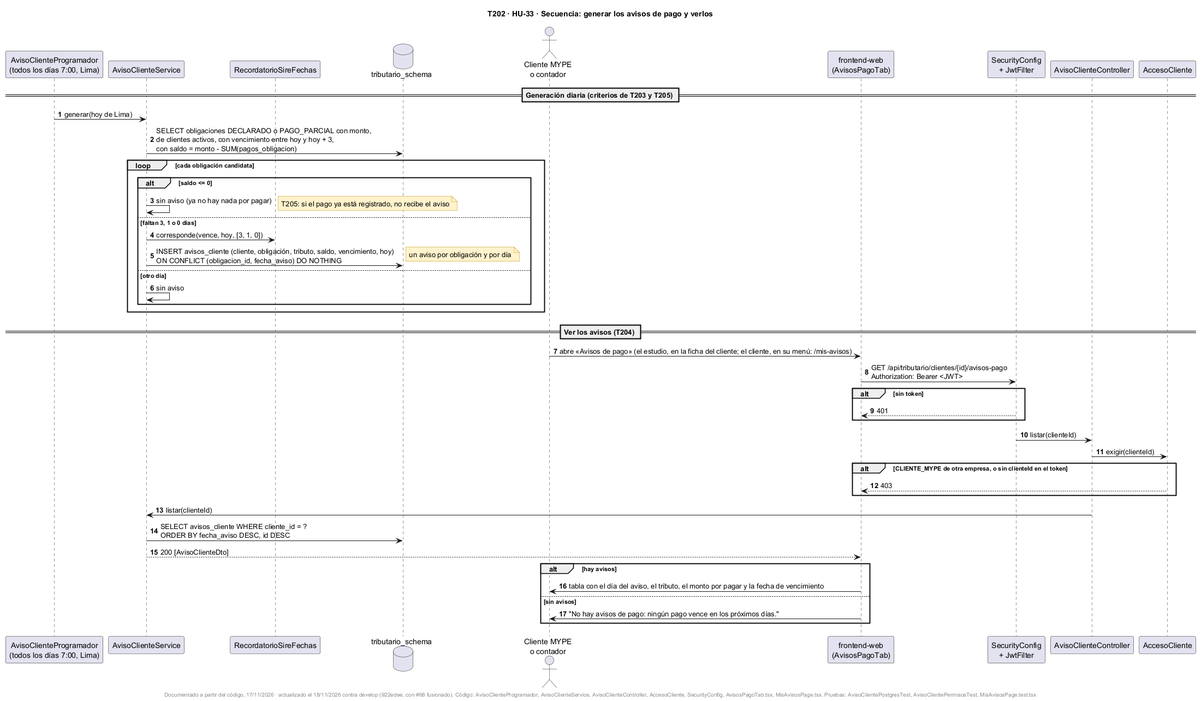
Above: docs/uml/img/T202-HU33-secuencia-avisos-pago.png in fabianrodriguez33/plus-contable (PlantUML), before the change.
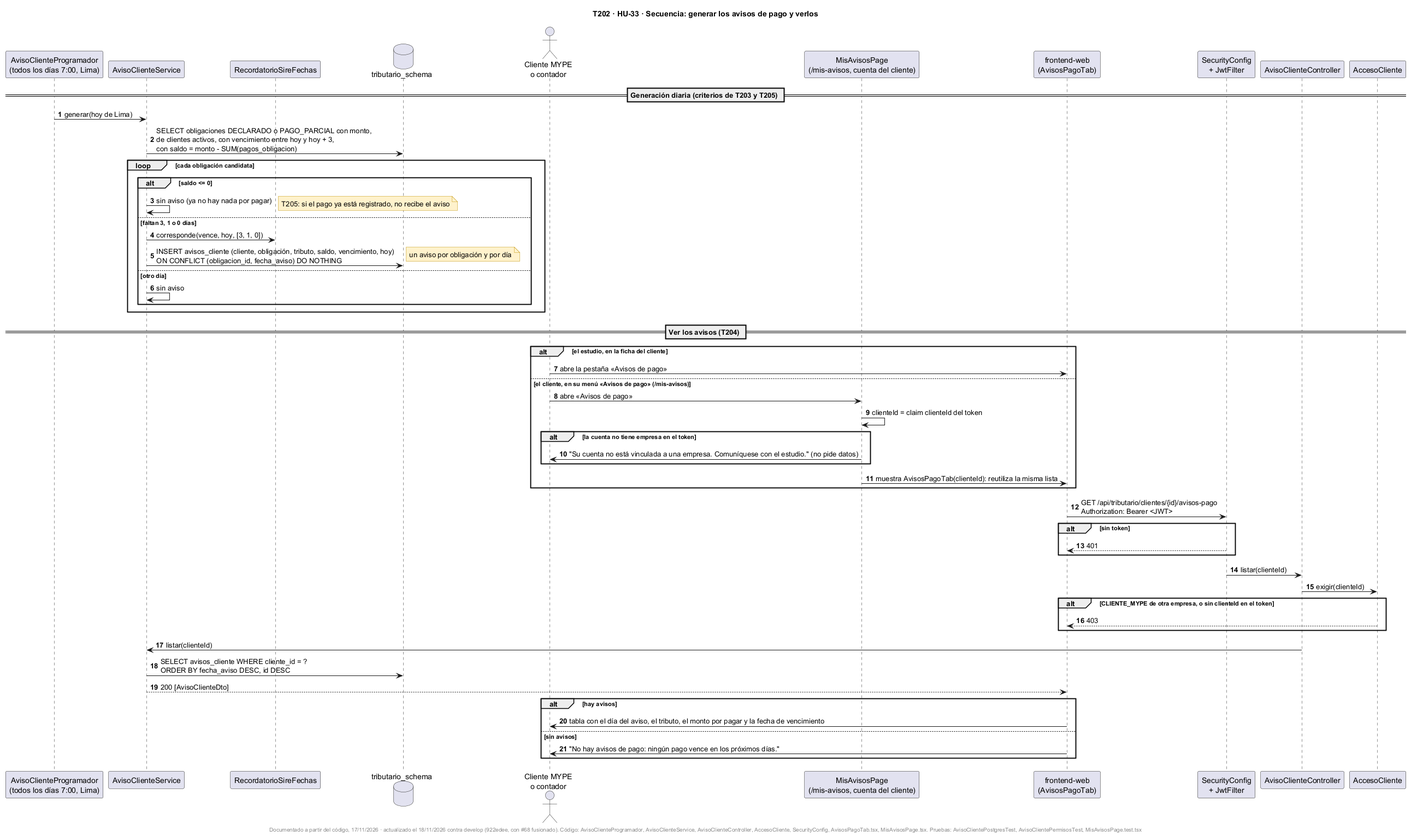
Above is the later version.

Commit message:
Secuencias: ruta /mis-avisos con MisAvisosPage (T202) y registro del service worker con versión (T232)

Change to the diagram source:
```diff
@@ -10,6 +10,7 @@
 participant "RecordatorioSireFechas" as RF
 database "tributario_schema" as DB
 actor "Cliente MYPE\no contador" as U
+participant "MisAvisosPage\n(/mis-avisos, cuenta del cliente)" as MP
 participant "frontend-web\n(AvisosPagoTab)" as FE
 participant "SecurityConfig\n+ JwtFilter" as SEC
 participant "AvisoClienteController" as AC
@@ -32,7 +33,16 @@
 end
 
 == Ver los avisos (T204) ==
-U -> FE : abre «Avisos de pago» (el estudio, en la ficha del cliente; el cliente, en su menú: /mis-avisos)
+alt el estudio, en la ficha del cliente
+  U -> FE : abre la pestaña «Avisos de pago»
+else el cliente, en su menú «Avisos de pago» (/mis-avisos)
+  U -> MP : abre «Avisos de pago»
+  MP -> MP : clienteId = claim clienteId del token
+  alt la cuenta no tiene empresa en el token
+    MP -> U : "Su cuenta no está vinculada a una empresa. Comuníquese con el estudio." (no pide datos)
+  end
+  MP -> FE : muestra AvisosPagoTab(clienteId): reutiliza la misma lista
+end
 FE -> SEC : GET /api/tributario/clientes/{id}/avisos-pago\nAuthorization: Bearer <JWT>
 alt sin token
   SEC --> FE : 401
```
